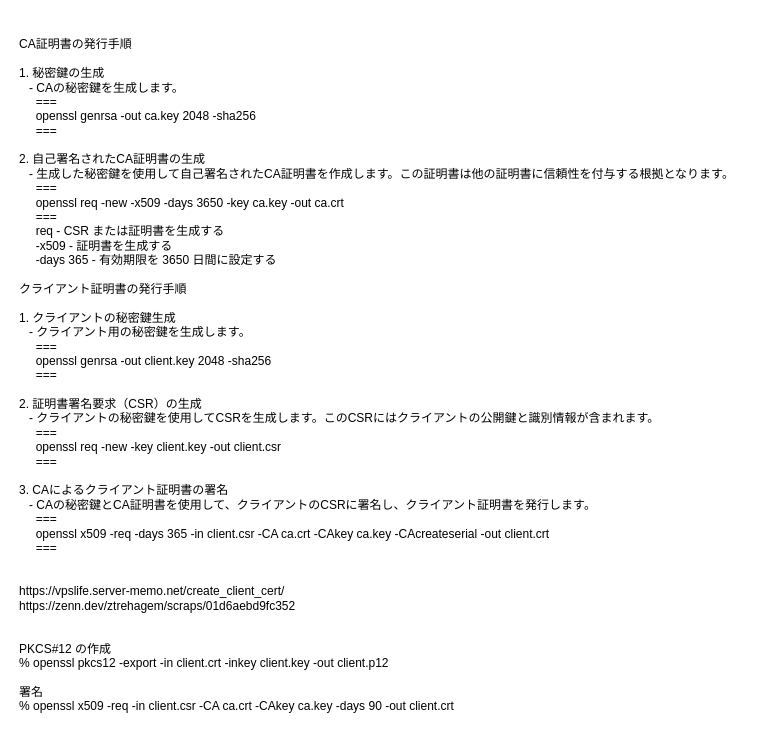
Before: page "OPENSSL" (11 of 11) of Centos7‗server.drawio in kyforprogram/linux, a draw.io diagram. Source tidied: cells renumbered, new cells numbered last; positions are measured from the earlier drawing's top-left corner, leaving out a move shared by most shapes. Both pictures are drawn from the tidied source at 100%, with x=0, y=0 at pixel (17, 17).
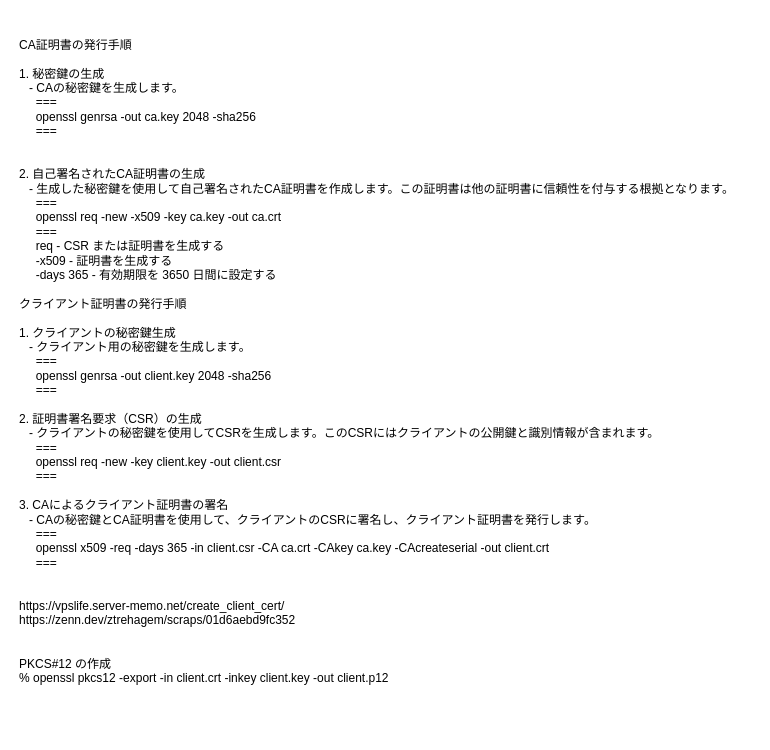
Above is the later version.

Commit message:
Centos7‗server.drawio を更新します

The edit, as a diff of the source:
```diff
@@
 <mxGraphModel>
   <root>
     <mxCell id="0" />
     <mxCell id="1" parent="0" />
-    <mxCell id="2" value="&lt;div&gt;&lt;br&gt;&lt;/div&gt;&lt;div&gt;CA証明書の発行手順&lt;/div&gt;&lt;div&gt;&lt;br&gt;&lt;/div&gt;&lt;div&gt;1. 秘密鍵の生成&lt;/div&gt;&lt;div&gt;&amp;nbsp; &amp;nbsp;- CAの秘密鍵を生成します。&lt;/div&gt;&lt;div&gt;&amp;nbsp; &amp;nbsp; &amp;nbsp;===&lt;/div&gt;&lt;div&gt;&amp;nbsp; &amp;nbsp; &amp;nbsp;openssl genrsa -out ca.key 2048 -sha256&lt;/div&gt;&lt;div&gt;&amp;nbsp; &amp;nbsp; &amp;nbsp;===&lt;/div&gt;&lt;div&gt;&lt;br&gt;&lt;/div&gt;&lt;div&gt;2. 自己署名されたCA証明書の生成&lt;/div&gt;&lt;div&gt;&amp;nbsp; &amp;nbsp;- 生成した秘密鍵を使用して自己署名されたCA証明書を作成します。この証明書は他の証明書に信頼性を付与する根拠となります。&lt;/div&gt;&lt;div&gt;&amp;nbsp; &amp;nbsp; &amp;nbsp;===&lt;/div&gt;&lt;div&gt;&amp;nbsp; &amp;nbsp; &amp;nbsp;openssl req -new -x509 -days 3650 -key ca.key -out ca.crt&lt;/div&gt;&lt;div&gt;&amp;nbsp; &amp;nbsp; &amp;nbsp;===&lt;/div&gt;&lt;div&gt;&amp;nbsp; &amp;nbsp; &amp;nbsp;req - CSR または証明書を生成する&lt;/div&gt;&lt;div&gt;&amp;nbsp; &amp;nbsp; &amp;nbsp;-x509 - 証明書を生成する&lt;/div&gt;&lt;div&gt;&amp;nbsp; &amp;nbsp; &amp;nbsp;-days 365 - 有効期限を 3650 日間に設定する&lt;/div&gt;&lt;div&gt;&lt;br&gt;&lt;/div&gt;&lt;div&gt;クライアント証明書の発行手順&lt;/div&gt;&lt;div&gt;&lt;br&gt;&lt;/div&gt;&lt;div&gt;1. クライアントの秘密鍵生成&lt;/div&gt;&lt;div&gt;&amp;nbsp; &amp;nbsp;- クライアント用の秘密鍵を生成します。&lt;/div&gt;&lt;div&gt;&amp;nbsp; &amp;nbsp; &amp;nbsp;===&lt;/div&gt;&lt;div&gt;&amp;nbsp; &amp;nbsp; &amp;nbsp;openssl genrsa -out client.key 2048 -sha256&lt;/div&gt;&lt;div&gt;&amp;nbsp; &amp;nbsp; &amp;nbsp;===&lt;/div&gt;&lt;div&gt;&lt;br&gt;&lt;/div&gt;&lt;div&gt;2. 証明書署名要求（CSR）の生成&lt;/div&gt;&lt;div&gt;&amp;nbsp; &amp;nbsp;- クライアントの秘密鍵を使用してCSRを生成します。このCSRにはクライアントの公開鍵と識別情報が含まれます。&lt;/div&gt;&lt;div&gt;&amp;nbsp; &amp;nbsp; &amp;nbsp;===&lt;/div&gt;&lt;div&gt;&amp;nbsp; &amp;nbsp; &amp;nbsp;openssl req -new -key client.key -out client.csr&lt;/div&gt;&lt;div&gt;&amp;nbsp; &amp;nbsp; &amp;nbsp;===&lt;/div&gt;&lt;div&gt;&lt;br&gt;&lt;/div&gt;&lt;div&gt;3. CAによるクライアント証明書の署名&lt;/div&gt;&lt;div&gt;&amp;nbsp; &amp;nbsp;- CAの秘密鍵とCA証明書を使用して、クライアントのCSRに署名し、クライアント証明書を発行します。&lt;/div&gt;&lt;div&gt;&amp;nbsp; &amp;nbsp; &amp;nbsp;===&lt;/div&gt;&lt;div&gt;&amp;nbsp; &amp;nbsp; &amp;nbsp;openssl x509 -req -days 365 -in client.csr -CA ca.crt -CAkey ca.key -CAcreateserial -out client.crt&lt;/div&gt;&lt;div&gt;&amp;nbsp; &amp;nbsp; &amp;nbsp;===&lt;/div&gt;&lt;div&gt;&lt;br&gt;&lt;/div&gt;&lt;div&gt;&lt;br&gt;&lt;/div&gt;&lt;div&gt;https://vpslife.server-memo.net/create_client_cert/&lt;/div&gt;&lt;div&gt;https://zenn.dev/ztrehagem/scraps/01d6aebd9fc352&lt;/div&gt;&lt;div&gt;&lt;br&gt;&lt;/div&gt;&lt;div&gt;&lt;br&gt;&lt;/div&gt;&lt;div&gt;PKCS#12 の作成&lt;/div&gt;&lt;div&gt;% openssl pkcs12 -export -in client.crt -inkey client.key -out client.p12&lt;/div&gt;&lt;div&gt;&lt;br&gt;&lt;/div&gt;&lt;div&gt;署名&lt;/div&gt;&lt;div&gt;% openssl x509 -req -in client.csr -CA ca.crt -CAkey ca.key -days 90 -out client.crt&lt;/div&gt;&lt;div&gt;&lt;br&gt;&lt;/div&gt;" style="text;html=1;align=left;verticalAlign=middle;strokeColor=none;fillColor=none;" parent="1" vertex="1">
-      <mxGeometry width="736" height="716" as="geometry" />
+    <mxCell id="2" value="&lt;div&gt;&lt;div&gt;&lt;br&gt;&lt;/div&gt;&lt;div&gt;CA証明書の発行手順&lt;/div&gt;&lt;div&gt;&lt;br&gt;&lt;/div&gt;&lt;div&gt;1. 秘密鍵の生成&lt;/div&gt;&lt;div&gt;&amp;nbsp; &amp;nbsp;- CAの秘密鍵を生成します。&lt;/div&gt;&lt;div&gt;&amp;nbsp; &amp;nbsp; &amp;nbsp;===&lt;/div&gt;&lt;div&gt;&amp;nbsp; &amp;nbsp; &amp;nbsp;openssl genrsa -out ca.key 2048 -sha256&lt;/div&gt;&lt;div&gt;&amp;nbsp; &amp;nbsp; &amp;nbsp;===&lt;/div&gt;&lt;div&gt;&amp;nbsp; &amp;nbsp; &amp;nbsp;&lt;/div&gt;&lt;div&gt;&amp;nbsp; &amp;nbsp; &amp;nbsp;&lt;/div&gt;&lt;div&gt;2. 自己署名されたCA証明書の生成&lt;/div&gt;&lt;div&gt;&amp;nbsp; &amp;nbsp;- 生成した秘密鍵を使用して自己署名されたCA証明書を作成します。この証明書は他の証明書に信頼性を付与する根拠となります。&lt;/div&gt;&lt;div&gt;&amp;nbsp; &amp;nbsp; &amp;nbsp;===&lt;/div&gt;&lt;div&gt;&amp;nbsp; &amp;nbsp; &amp;nbsp;openssl req -new -x509 -key ca.key -out ca.crt&lt;/div&gt;&lt;div&gt;&amp;nbsp; &amp;nbsp; &amp;nbsp;===&lt;/div&gt;&lt;div&gt;&amp;nbsp; &amp;nbsp; &amp;nbsp;req - CSR または証明書を生成する&lt;/div&gt;&lt;div&gt;&amp;nbsp; &amp;nbsp; &amp;nbsp;-x509 - 証明書を生成する&lt;/div&gt;&lt;div&gt;&amp;nbsp; &amp;nbsp; &amp;nbsp;-days 365 - 有効期限を 3650 日間に設定する&lt;/div&gt;&lt;div&gt;&lt;br&gt;&lt;/div&gt;&lt;div&gt;クライアント証明書の発行手順&lt;/div&gt;&lt;div&gt;&lt;br&gt;&lt;/div&gt;&lt;div&gt;1. クライアントの秘密鍵生成&lt;/div&gt;&lt;div&gt;&amp;nbsp; &amp;nbsp;- クライアント用の秘密鍵を生成します。&lt;/div&gt;&lt;div&gt;&amp;nbsp; &amp;nbsp; &amp;nbsp;===&lt;/div&gt;&lt;div&gt;&amp;nbsp; &amp;nbsp; &amp;nbsp;openssl genrsa -out client.key 2048 -sha256&lt;/div&gt;&lt;div&gt;&amp;nbsp; &amp;nbsp; &amp;nbsp;===&lt;/div&gt;&lt;div&gt;&lt;br&gt;&lt;/div&gt;&lt;div&gt;2. 証明書署名要求（CSR）の生成&lt;/div&gt;&lt;div&gt;&amp;nbsp; &amp;nbsp;- クライアントの秘密鍵を使用してCSRを生成します。このCSRにはクライアントの公開鍵と識別情報が含まれます。&lt;/div&gt;&lt;div&gt;&amp;nbsp; &amp;nbsp; &amp;nbsp;===&lt;/div&gt;&lt;div&gt;&amp;nbsp; &amp;nbsp; &amp;nbsp;openssl req -new -key client.key -out client.csr&lt;/div&gt;&lt;div&gt;&amp;nbsp; &amp;nbsp; &amp;nbsp;===&lt;/div&gt;&lt;div&gt;&lt;br&gt;&lt;/div&gt;&lt;div&gt;3. CAによるクライアント証明書の署名&lt;/div&gt;&lt;div&gt;&amp;nbsp; &amp;nbsp;- CAの秘密鍵とCA証明書を使用して、クライアントのCSRに署名し、クライアント証明書を発行します。&lt;/div&gt;&lt;div&gt;&amp;nbsp; &amp;nbsp; &amp;nbsp;===&lt;/div&gt;&lt;div&gt;&amp;nbsp; &amp;nbsp; &amp;nbsp;openssl x509 -req -days 365 -in client.csr -CA ca.crt -CAkey ca.key -CAcreateserial -out client.crt&lt;/div&gt;&lt;div&gt;&amp;nbsp; &amp;nbsp; &amp;nbsp;===&lt;/div&gt;&lt;div&gt;&lt;br&gt;&lt;/div&gt;&lt;div&gt;&lt;br&gt;&lt;/div&gt;&lt;div&gt;https://vpslife.server-memo.net/create_client_cert/&lt;/div&gt;&lt;div&gt;https://zenn.dev/ztrehagem/scraps/01d6aebd9fc352&lt;/div&gt;&lt;div&gt;&lt;br&gt;&lt;/div&gt;&lt;div&gt;&lt;br&gt;&lt;/div&gt;&lt;div&gt;PKCS#12 の作成&lt;/div&gt;&lt;div&gt;% openssl pkcs12 -export -in client.crt -inkey client.key -out client.p12&lt;/div&gt;&lt;div&gt;&lt;br&gt;&lt;/div&gt;&lt;/div&gt;" style="text;html=1;align=left;verticalAlign=middle;strokeColor=none;fillColor=none;" parent="1" vertex="1">
+      <mxGeometry width="736" height="688" as="geometry" />
     </mxCell>
   </root>
 </mxGraphModel>
```
